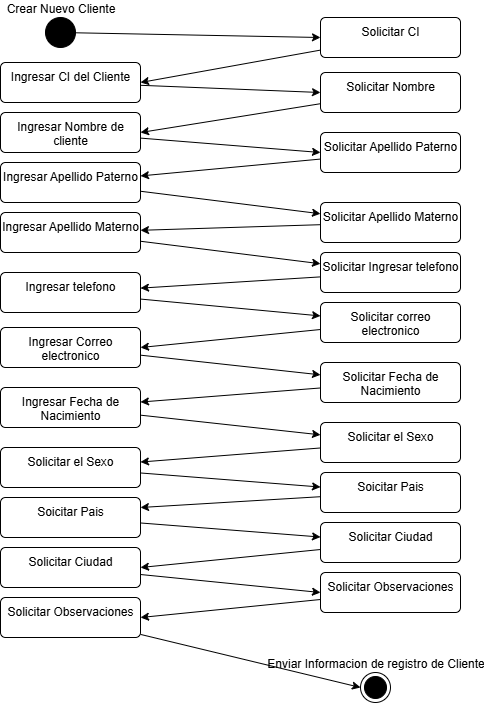
This is SWGT/Diagramde actividaes/1/Diagrama sin título.drawio.png from ARCANIK78/-draw-software-architecture, a draw.io export, as it was before one commit. Source tidied: cells renumbered, new cells last; positions are measured from the earlier drawing's top-left corner, leaving out a move shared by most shapes. Its diagram source:
```xml
<mxGraphModel>
  <root>
    <mxCell id="0" />
    <mxCell id="1" parent="0" />
    <mxCell id="2" style="rounded=0;jettySize=auto;html=1;entryX=0;entryY=0.5;entryDx=0;entryDy=0;" parent="1" edge="1" source="3" target="6">
      <mxGeometry relative="1" as="geometry" />
    </mxCell>
    <mxCell id="3" value="Crear Nuevo Cliente" style="ellipse;fillColor=strokeColor;html=1;fontFamily=Helvetica;labelPosition=center;verticalLabelPosition=top;align=center;verticalAlign=bottom;" parent="1" vertex="1">
      <mxGeometry x="45" width="30" height="30" as="geometry" />
    </mxCell>
    <mxCell id="4" value="Enviar Informacion de registro de Cliente" style="ellipse;html=1;shape=endState;fillColor=strokeColor;align=center;labelPosition=center;verticalLabelPosition=top;verticalAlign=bottom;" parent="1" vertex="1">
      <mxGeometry x="360" y="655" width="30" height="30" as="geometry" />
    </mxCell>
    <mxCell id="5" style="rounded=0;jettySize=auto;html=1;entryX=1;entryY=0.5;entryDx=0;entryDy=0;" parent="1" edge="1" source="6" target="8">
      <mxGeometry relative="1" as="geometry" />
    </mxCell>
    <mxCell id="6" value="Solicitar CI" style="html=1;align=center;verticalAlign=top;rounded=1;absoluteArcSize=1;arcSize=10;dashed=0;whiteSpace=wrap;" parent="1" vertex="1">
      <mxGeometry x="320" width="140" height="40" as="geometry" />
    </mxCell>
    <mxCell id="7" style="rounded=0;jettySize=auto;html=1;entryX=0;entryY=0.5;entryDx=0;entryDy=0;" parent="1" edge="1" source="8" target="10">
      <mxGeometry relative="1" as="geometry" />
    </mxCell>
    <mxCell id="8" value="Ingresar CI del Cliente" style="html=1;align=center;verticalAlign=top;rounded=1;absoluteArcSize=1;arcSize=10;dashed=0;whiteSpace=wrap;" parent="1" vertex="1">
      <mxGeometry y="45" width="140" height="40" as="geometry" />
    </mxCell>
    <mxCell id="9" style="rounded=0;jettySize=auto;html=1;entryX=1;entryY=0.5;entryDx=0;entryDy=0;" parent="1" edge="1" source="10" target="12">
      <mxGeometry relative="1" as="geometry" />
    </mxCell>
    <mxCell id="10" value="Solicitar Nombre&lt;div&gt;&lt;br&gt;&lt;/div&gt;" style="html=1;align=center;verticalAlign=top;rounded=1;absoluteArcSize=1;arcSize=10;dashed=0;whiteSpace=wrap;" parent="1" vertex="1">
      <mxGeometry x="320" y="55" width="140" height="40" as="geometry" />
    </mxCell>
    <mxCell id="11" style="rounded=0;jettySize=auto;html=1;entryX=0;entryY=0.5;entryDx=0;entryDy=0;" parent="1" edge="1" source="12" target="14">
      <mxGeometry relative="1" as="geometry" />
    </mxCell>
    <mxCell id="12" value="Ingresar Nombre de cliente" style="html=1;align=center;verticalAlign=top;rounded=1;absoluteArcSize=1;arcSize=10;dashed=0;whiteSpace=wrap;" parent="1" vertex="1">
      <mxGeometry y="95" width="140" height="40" as="geometry" />
    </mxCell>
    <mxCell id="13" style="rounded=0;jettySize=auto;html=1;" parent="1" edge="1" source="14" target="16">
      <mxGeometry relative="1" as="geometry" />
    </mxCell>
    <mxCell id="14" value="Solicitar Apellido Paterno" style="html=1;align=center;verticalAlign=top;rounded=1;absoluteArcSize=1;arcSize=10;dashed=0;whiteSpace=wrap;" parent="1" vertex="1">
      <mxGeometry x="320" y="115" width="140" height="40" as="geometry" />
    </mxCell>
    <mxCell id="15" style="rounded=0;jettySize=auto;html=1;" parent="1" edge="1" source="16" target="18">
      <mxGeometry relative="1" as="geometry" />
    </mxCell>
    <mxCell id="16" value="Ingresar Apellido Paterno" style="html=1;align=center;verticalAlign=top;rounded=1;absoluteArcSize=1;arcSize=10;dashed=0;whiteSpace=wrap;" parent="1" vertex="1">
      <mxGeometry y="145" width="140" height="40" as="geometry" />
    </mxCell>
    <mxCell id="17" style="rounded=0;jettySize=auto;html=1;" parent="1" edge="1" source="18" target="20">
      <mxGeometry relative="1" as="geometry" />
    </mxCell>
    <mxCell id="18" value="Solicitar Apellido Materno" style="html=1;align=center;verticalAlign=top;rounded=1;absoluteArcSize=1;arcSize=10;dashed=0;whiteSpace=wrap;" parent="1" vertex="1">
      <mxGeometry x="320" y="185" width="140" height="40" as="geometry" />
    </mxCell>
    <mxCell id="19" style="rounded=0;jettySize=auto;html=1;" parent="1" edge="1" source="20" target="22">
      <mxGeometry relative="1" as="geometry" />
    </mxCell>
    <mxCell id="20" value="Ingresar Apellido Materno" style="html=1;align=center;verticalAlign=top;rounded=1;absoluteArcSize=1;arcSize=10;dashed=0;whiteSpace=wrap;" parent="1" vertex="1">
      <mxGeometry y="195" width="140" height="40" as="geometry" />
    </mxCell>
    <mxCell id="21" style="rounded=0;jettySize=auto;html=1;" parent="1" edge="1" source="22" target="24">
      <mxGeometry relative="1" as="geometry" />
    </mxCell>
    <mxCell id="22" value="Solicitar Ingresar telefono" style="html=1;align=center;verticalAlign=top;rounded=1;absoluteArcSize=1;arcSize=10;dashed=0;whiteSpace=wrap;" parent="1" vertex="1">
      <mxGeometry x="320" y="235" width="140" height="40" as="geometry" />
    </mxCell>
    <mxCell id="23" style="rounded=0;jettySize=auto;html=1;" parent="1" edge="1" source="24" target="26">
      <mxGeometry relative="1" as="geometry" />
    </mxCell>
    <mxCell id="24" value="Ingresar telefono" style="html=1;align=center;verticalAlign=top;rounded=1;absoluteArcSize=1;arcSize=10;dashed=0;whiteSpace=wrap;" parent="1" vertex="1">
      <mxGeometry y="255" width="140" height="40" as="geometry" />
    </mxCell>
    <mxCell id="25" style="rounded=0;jettySize=auto;html=1;entryX=1;entryY=0.5;entryDx=0;entryDy=0;" parent="1" edge="1" source="26" target="28">
      <mxGeometry relative="1" as="geometry" />
    </mxCell>
    <mxCell id="26" value="Solicitar correo electronico" style="html=1;align=center;verticalAlign=top;rounded=1;absoluteArcSize=1;arcSize=10;dashed=0;whiteSpace=wrap;" parent="1" vertex="1">
      <mxGeometry x="320" y="285" width="140" height="40" as="geometry" />
    </mxCell>
    <mxCell id="27" style="rounded=0;jettySize=auto;html=1;" parent="1" edge="1" source="28" target="30">
      <mxGeometry relative="1" as="geometry" />
    </mxCell>
    <mxCell id="28" value="Ingresar Correo electronico" style="html=1;align=center;verticalAlign=top;rounded=1;absoluteArcSize=1;arcSize=10;dashed=0;whiteSpace=wrap;" parent="1" vertex="1">
      <mxGeometry y="310" width="140" height="40" as="geometry" />
    </mxCell>
    <mxCell id="29" style="rounded=0;jettySize=auto;html=1;" parent="1" edge="1" source="30" target="32">
      <mxGeometry relative="1" as="geometry" />
    </mxCell>
    <mxCell id="30" value="Solicitar Fecha de Nacimiento" style="html=1;align=center;verticalAlign=top;rounded=1;absoluteArcSize=1;arcSize=10;dashed=0;whiteSpace=wrap;" parent="1" vertex="1">
      <mxGeometry x="320" y="345" width="140" height="40" as="geometry" />
    </mxCell>
    <mxCell id="31" style="rounded=0;jettySize=auto;html=1;" parent="1" edge="1" source="32" target="34">
      <mxGeometry relative="1" as="geometry" />
    </mxCell>
    <mxCell id="32" value="Ingresar Fecha de Nacimiento" style="html=1;align=center;verticalAlign=top;rounded=1;absoluteArcSize=1;arcSize=10;dashed=0;whiteSpace=wrap;" parent="1" vertex="1">
      <mxGeometry y="370" width="140" height="40" as="geometry" />
    </mxCell>
    <mxCell id="33" style="rounded=0;jettySize=auto;html=1;" parent="1" edge="1" source="34" target="42">
      <mxGeometry relative="1" as="geometry" />
    </mxCell>
    <mxCell id="34" value="Solicitar el Sexo" style="html=1;align=center;verticalAlign=top;rounded=1;absoluteArcSize=1;arcSize=10;dashed=0;whiteSpace=wrap;" parent="1" vertex="1">
      <mxGeometry x="320" y="405" width="140" height="40" as="geometry" />
    </mxCell>
    <mxCell id="35" style="rounded=0;jettySize=auto;html=1;entryX=1;entryY=0.25;entryDx=0;entryDy=0;" parent="1" edge="1" source="36" target="44">
      <mxGeometry relative="1" as="geometry" />
    </mxCell>
    <mxCell id="36" value="Soicitar Pais" style="html=1;align=center;verticalAlign=top;rounded=1;absoluteArcSize=1;arcSize=10;dashed=0;whiteSpace=wrap;" parent="1" vertex="1">
      <mxGeometry x="320" y="455" width="140" height="40" as="geometry" />
    </mxCell>
    <mxCell id="37" style="rounded=0;jettySize=auto;html=1;entryX=1;entryY=0.5;entryDx=0;entryDy=0;" parent="1" edge="1" source="38" target="46">
      <mxGeometry relative="1" as="geometry" />
    </mxCell>
    <mxCell id="38" value="Solicitar Ciudad" style="html=1;align=center;verticalAlign=top;rounded=1;absoluteArcSize=1;arcSize=10;dashed=0;whiteSpace=wrap;" parent="1" vertex="1">
      <mxGeometry x="320" y="505" width="140" height="40" as="geometry" />
    </mxCell>
    <mxCell id="39" style="rounded=0;jettySize=auto;html=1;entryX=1;entryY=0.5;entryDx=0;entryDy=0;" parent="1" edge="1" source="40" target="48">
      <mxGeometry relative="1" as="geometry" />
    </mxCell>
    <mxCell id="40" value="Solicitar Observaciones" style="html=1;align=center;verticalAlign=top;rounded=1;absoluteArcSize=1;arcSize=10;dashed=0;whiteSpace=wrap;" parent="1" vertex="1">
      <mxGeometry x="320" y="555" width="140" height="40" as="geometry" />
    </mxCell>
    <mxCell id="41" style="rounded=0;jettySize=auto;html=1;" parent="1" edge="1" source="42" target="36">
      <mxGeometry relative="1" as="geometry" />
    </mxCell>
    <mxCell id="42" value="Solicitar el Sexo" style="html=1;align=center;verticalAlign=top;rounded=1;absoluteArcSize=1;arcSize=10;dashed=0;whiteSpace=wrap;" parent="1" vertex="1">
      <mxGeometry y="430" width="140" height="40" as="geometry" />
    </mxCell>
    <mxCell id="43" style="rounded=0;jettySize=auto;html=1;" parent="1" edge="1" source="44" target="38">
      <mxGeometry relative="1" as="geometry" />
    </mxCell>
    <mxCell id="44" value="Soicitar Pais" style="html=1;align=center;verticalAlign=top;rounded=1;absoluteArcSize=1;arcSize=10;dashed=0;whiteSpace=wrap;" parent="1" vertex="1">
      <mxGeometry y="480" width="140" height="40" as="geometry" />
    </mxCell>
    <mxCell id="45" style="rounded=0;jettySize=auto;html=1;entryX=0;entryY=0.5;entryDx=0;entryDy=0;" parent="1" edge="1" source="46" target="40">
      <mxGeometry relative="1" as="geometry" />
    </mxCell>
    <mxCell id="46" value="Solicitar Ciudad" style="html=1;align=center;verticalAlign=top;rounded=1;absoluteArcSize=1;arcSize=10;dashed=0;whiteSpace=wrap;" parent="1" vertex="1">
      <mxGeometry y="530" width="140" height="40" as="geometry" />
    </mxCell>
    <mxCell id="47" style="rounded=0;jettySize=auto;html=1;entryX=0;entryY=0.5;entryDx=0;entryDy=0;" parent="1" edge="1" source="48" target="4">
      <mxGeometry relative="1" as="geometry" />
    </mxCell>
    <mxCell id="48" value="Solicitar Observaciones" style="html=1;align=center;verticalAlign=top;rounded=1;absoluteArcSize=1;arcSize=10;dashed=0;whiteSpace=wrap;" parent="1" vertex="1">
      <mxGeometry y="580" width="140" height="40" as="geometry" />
    </mxCell>
  </root>
</mxGraphModel>
```
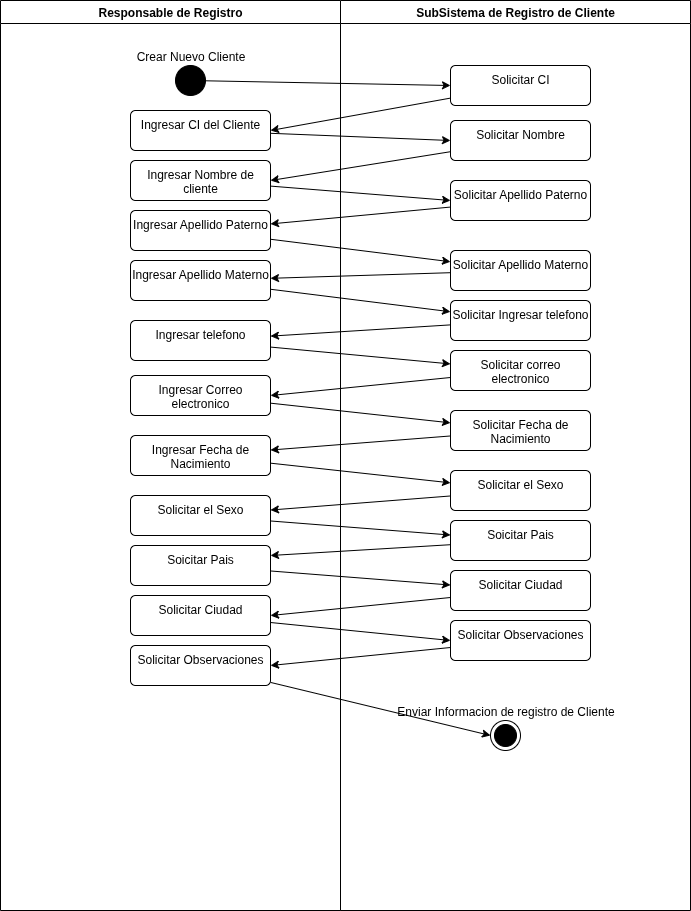
The same file after the commit.

What changed in the source:
```diff
@@ -143,5 +143,11 @@
     <mxCell id="48" value="Solicitar Observaciones" style="html=1;align=center;verticalAlign=top;rounded=1;absoluteArcSize=1;arcSize=10;dashed=0;whiteSpace=wrap;" parent="1" vertex="1">
       <mxGeometry y="580" width="140" height="40" as="geometry" />
     </mxCell>
+    <mxCell id="49" value="Responsable de Registro" style="swimlane;whiteSpace=wrap;html=1;" parent="1" vertex="1">
+      <mxGeometry x="-130" y="-65" width="340" height="910" as="geometry" />
+    </mxCell>
+    <mxCell id="50" value="SubSistema de Registro de Cliente" style="swimlane;whiteSpace=wrap;html=1;" parent="1" vertex="1">
+      <mxGeometry x="210" y="-65" width="350" height="910" as="geometry" />
+    </mxCell>
   </root>
 </mxGraphModel>
```
